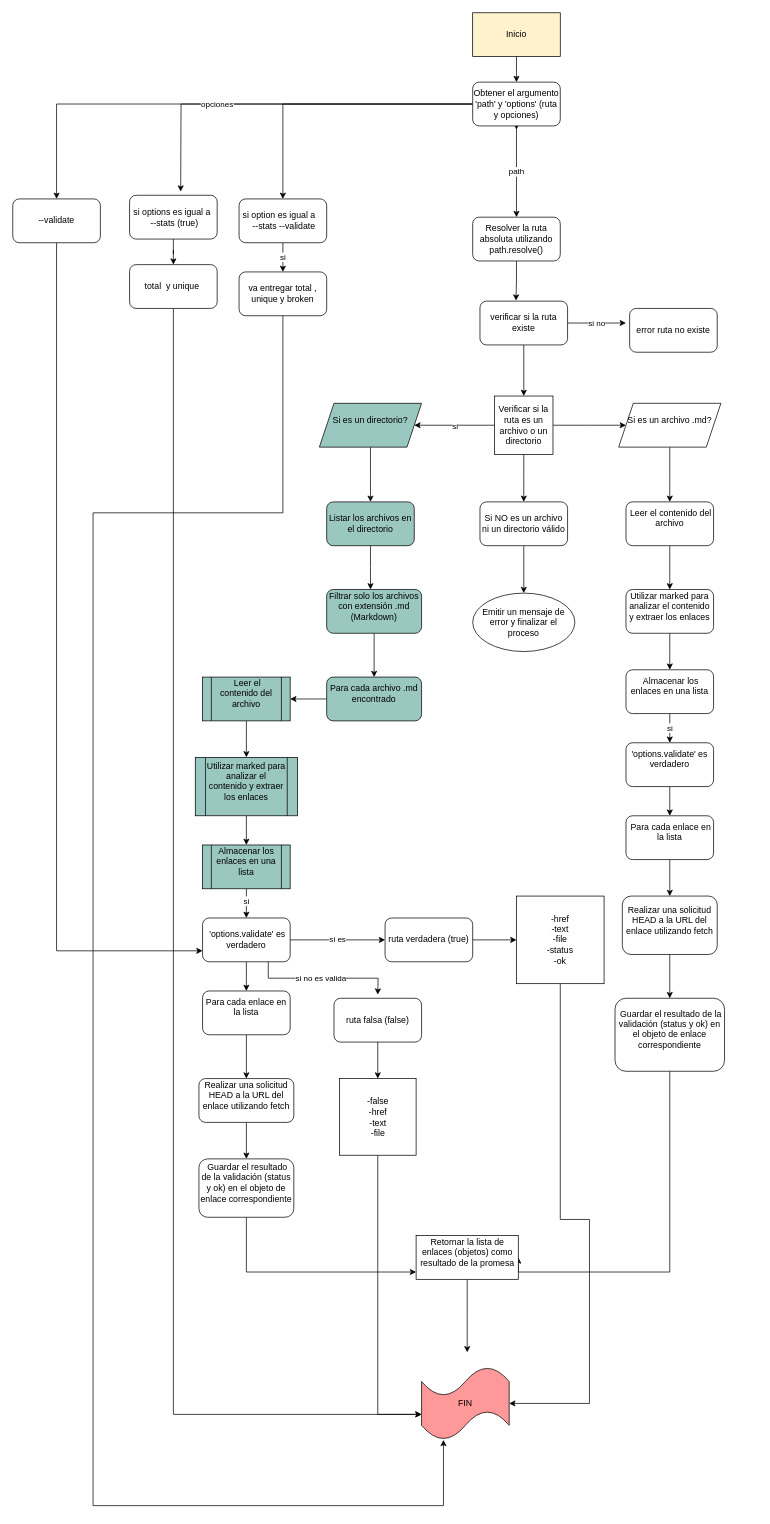
This is Diagrama sin título.drawio from mariadanielaorregopotosi/DEV008-md-links, a draw.io file, before an edit. Source tidied: cells renumbered, new cells numbered last; positions are measured from the earlier drawing's top-left corner, leaving out a move shared by most shapes. Both pictures are drawn from the tidied source at 73%, with x=0, y=0 at pixel (12, 12).
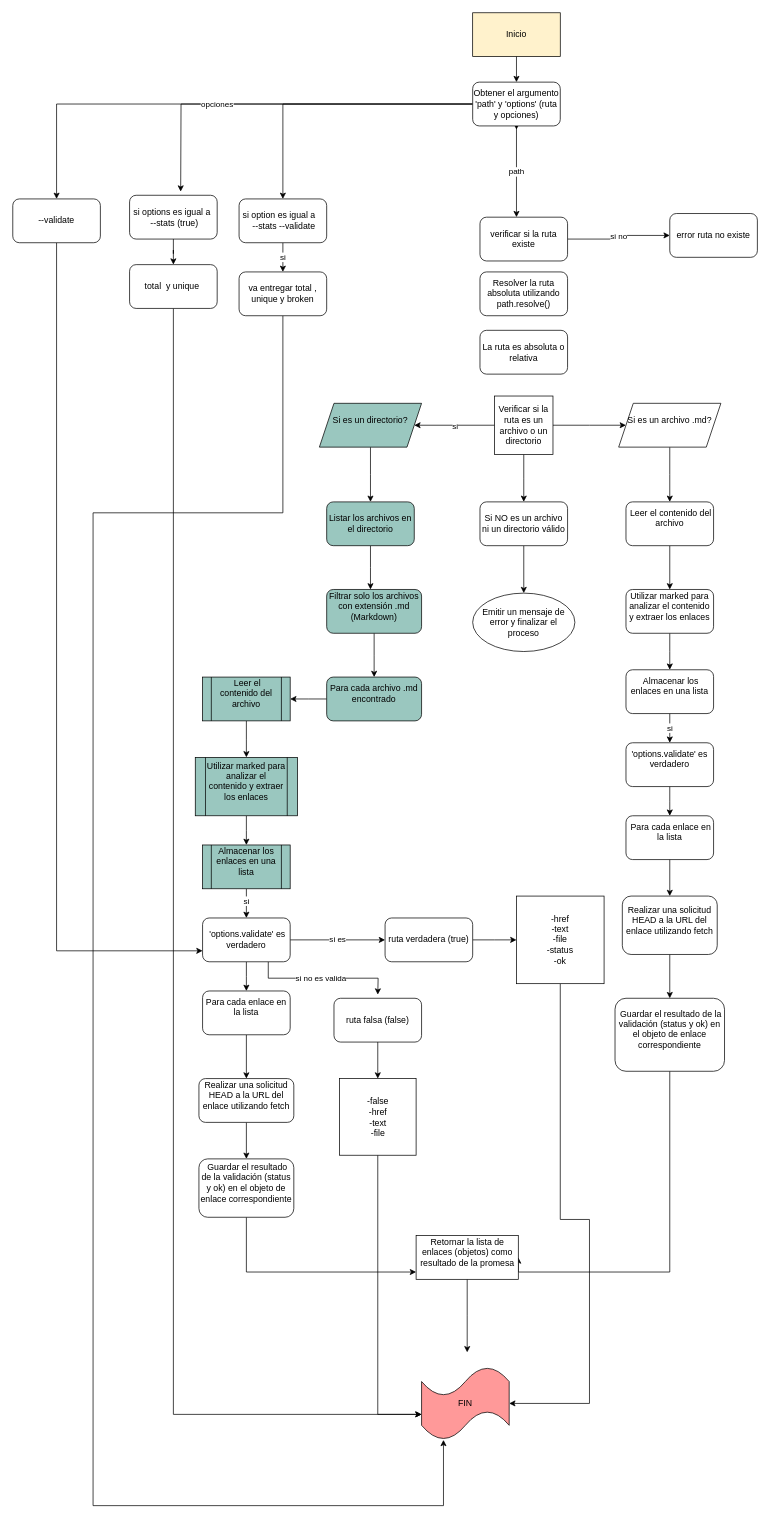
Above is the later version.

Unchanged cells that the change refers to:
```xml
<mxCell id="10" value="Verificar si la ruta es un archivo o un directorio" style="whiteSpace=wrap;html=1;" parent="1" vertex="1">
  <mxGeometry x="660" y="525" width="80" height="80" as="geometry" />
</mxCell>
```

Change to the diagram source:
```diff
@@
-    <mxCell id="5" style="edgeStyle=orthogonalEdgeStyle;rounded=0;jettySize=auto;html=1;exitX=0.5;exitY=1;exitDx=0;exitDy=0;" parent="1" edge="1" source="74" target="10">
-      <mxGeometry relative="1" as="geometry" />
-    </mxCell>
     <mxCell id="6" value="Resolver la ruta absoluta utilizando path.resolve()" style="rounded=1;whiteSpace=wrap;html=1;" parent="1" vertex="1">
-      <mxGeometry x="630" y="280" width="120" height="60" as="geometry" />
+      <mxGeometry x="640" y="355" width="120" height="60" as="geometry" />
     </mxCell>
@@
-    <mxCell id="72" style="edgeStyle=orthogonalEdgeStyle;rounded=0;jettySize=auto;html=1;exitX=0.5;exitY=1;exitDx=0;exitDy=0;entryX=0.411;entryY=-0.011;entryDx=0;entryDy=0;entryPerimeter=0;" parent="1" edge="1" source="6" target="74">
-      <mxGeometry relative="1" as="geometry" />
-    </mxCell>
-    <mxCell id="73" value="si no" style="edgeStyle=orthogonalEdgeStyle;rounded=0;jettySize=auto;html=1;exitX=1;exitY=0.5;exitDx=0;exitDy=0;" parent="1" edge="1" source="74">
-      <mxGeometry relative="1" as="geometry">
-        <mxPoint x="840" y="425" as="targetPoint" />
-      </mxGeometry>
+    <mxCell id="73" value="si no" style="edgeStyle=orthogonalEdgeStyle;rounded=0;jettySize=auto;html=1;exitX=1;exitY=0.5;exitDx=0;exitDy=0;entryX=0;entryY=0.5;entryDx=0;entryDy=0;" parent="1" edge="1" source="74" target="75">
+      <mxGeometry relative="1" as="geometry" />
     </mxCell>
     <mxCell id="74" value="verificar si la ruta existe" style="rounded=1;whiteSpace=wrap;html=1;" parent="1" vertex="1">
-      <mxGeometry x="640" y="395" width="120" height="60" as="geometry" />
+      <mxGeometry x="640" y="280" width="120" height="60" as="geometry" />
     </mxCell>
     <mxCell id="75" value="error ruta no existe" style="rounded=1;whiteSpace=wrap;html=1;" parent="1" vertex="1">
-      <mxGeometry x="845" y="405" width="120" height="60" as="geometry" />
+      <mxGeometry x="900" y="275" width="120" height="60" as="geometry" />
     </mxCell>
@@
+    <mxCell id="86" value="La ruta es absoluta o relativa" style="rounded=1;whiteSpace=wrap;html=1;" parent="1" vertex="1">
+      <mxGeometry x="640" y="435" width="120" height="60" as="geometry" />
+    </mxCell>
```
